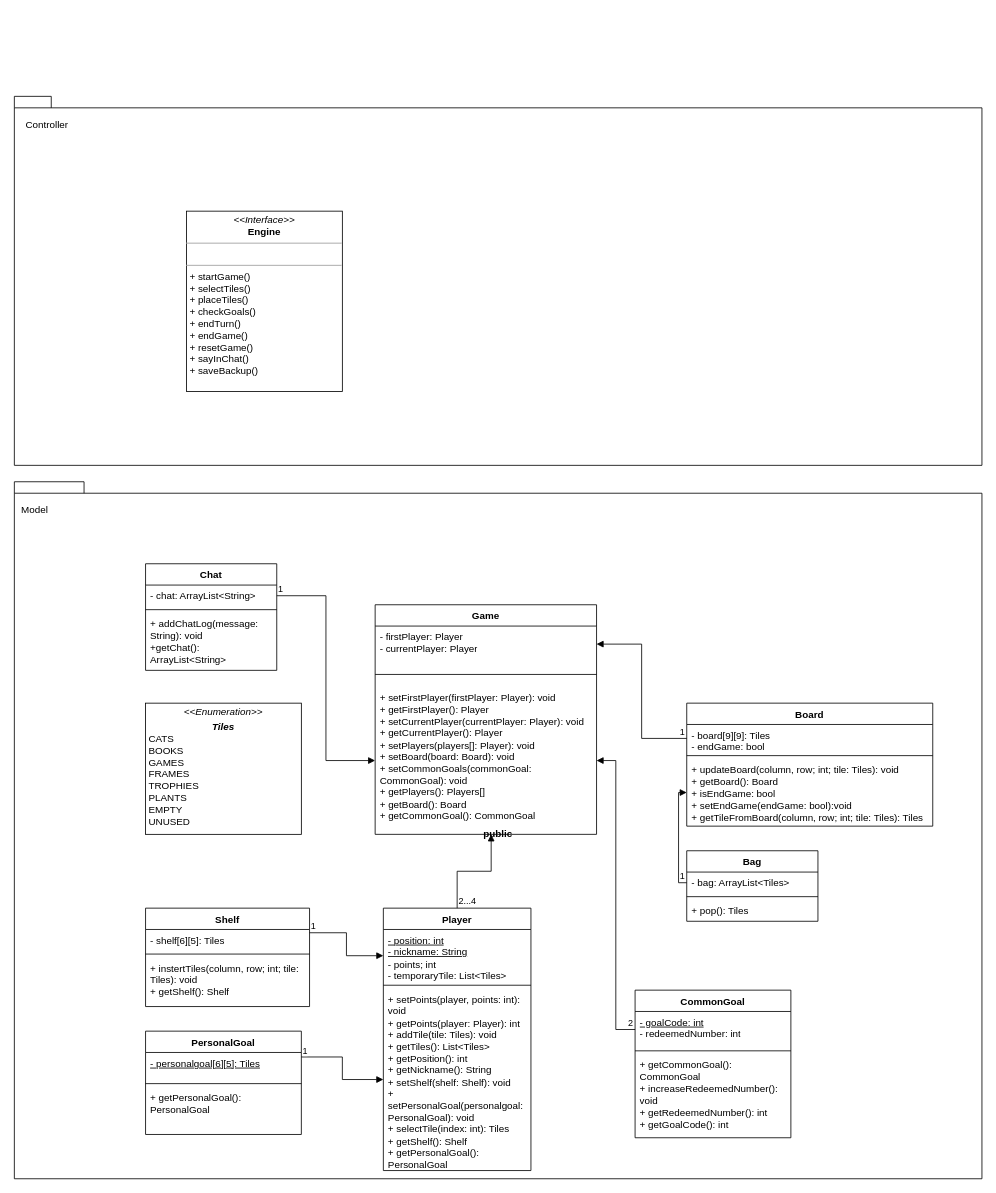
The draw.io diagram UMLs/InitialUML.drawio in Luisi-Parsani-Simoncini-Zanardi/ing-sw-2023-luisi-parsani-simoncini-zanardi, before the edit. Source tidied: cells renumbered, new cells numbered last; positions are measured from the earlier drawing's top-left corner, leaving out a move shared by most shapes. Both pictures are drawn from the tidied source at 82%, with x=0, y=0 at pixel (14, 96).
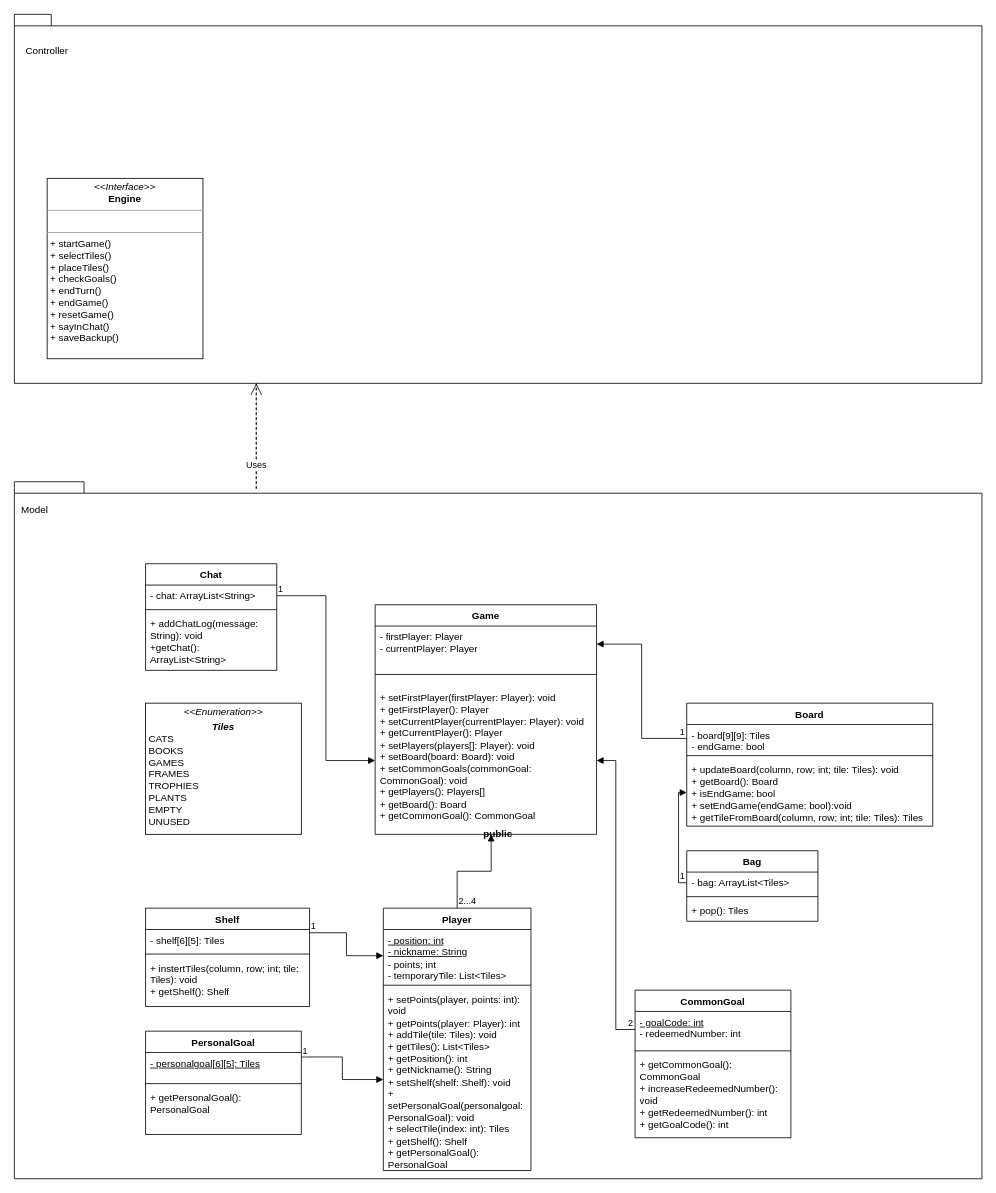
After the change.

Diff of the diagram source:
```diff
@@
     <mxCell id="52" style="shape=folder;fontStyle=1;spacingTop=10;tabWidth=40;tabHeight=14;tabPosition=left;html=1;whiteSpace=wrap;fillColor=none;" parent="1" vertex="1">
-      <mxGeometry width="1180" height="450" as="geometry" />
+      <mxGeometry y="-100" width="1180" height="450" as="geometry" />
     </mxCell>
     <mxCell id="53" value="Controller" style="text;html=1;strokeColor=none;fillColor=none;align=center;verticalAlign=middle;whiteSpace=wrap;rounded=0;" parent="1" vertex="1">
-      <mxGeometry x="10" y="20" width="60" height="30" as="geometry" />
+      <mxGeometry x="10" y="-70" width="60" height="30" as="geometry" />
     </mxCell>
     <mxCell id="54" value="&lt;p style=&quot;margin:0px;margin-top:4px;text-align:center;&quot;&gt;&lt;i&gt;&amp;lt;&amp;lt;Interface&amp;gt;&amp;gt;&lt;/i&gt;&lt;br&gt;&lt;b&gt;Engine&lt;/b&gt;&lt;/p&gt;&lt;hr size=&quot;1&quot;&gt;&lt;p style=&quot;margin:0px;margin-left:4px;&quot;&gt;&lt;br&gt;&lt;/p&gt;&lt;hr size=&quot;1&quot;&gt;&lt;p style=&quot;margin:0px;margin-left:4px;&quot;&gt;+ startGame()&lt;/p&gt;&lt;p style=&quot;margin:0px;margin-left:4px;&quot;&gt;+ selectTiles()&lt;/p&gt;&lt;p style=&quot;margin:0px;margin-left:4px;&quot;&gt;+ placeTiles()&lt;/p&gt;&lt;p style=&quot;margin:0px;margin-left:4px;&quot;&gt;+ checkGoals()&lt;/p&gt;&lt;p style=&quot;margin:0px;margin-left:4px;&quot;&gt;+ endTurn()&lt;/p&gt;&lt;p style=&quot;margin:0px;margin-left:4px;&quot;&gt;+ endGame()&lt;/p&gt;&lt;p style=&quot;margin:0px;margin-left:4px;&quot;&gt;+ resetGame()&lt;/p&gt;&lt;p style=&quot;margin:0px;margin-left:4px;&quot;&gt;+ sayInChat()&lt;/p&gt;&lt;p style=&quot;margin:0px;margin-left:4px;&quot;&gt;+ saveBackup()&lt;/p&gt;" style="verticalAlign=top;align=left;overflow=fill;fontSize=12;fontFamily=Helvetica;html=1;whiteSpace=wrap;fillColor=none;" parent="1" vertex="1">
-      <mxGeometry x="210" y="140" width="190" height="220" as="geometry" />
+      <mxGeometry x="40" y="100" width="190" height="220" as="geometry" />
     </mxCell>
+    <mxCell id="55" value="Uses" style="endArrow=open;endSize=12;dashed=1;html=1;rounded=0;exitX=0.25;exitY=1;exitDx=0;exitDy=0;exitPerimeter=0;" parent="1" edge="1" source="52">
+      <mxGeometry x="0.23" relative="1" as="geometry">
+        <mxPoint x="295" y="350" as="targetPoint" />
+        <Array as="points">
+          <mxPoint x="295" y="480" />
+        </Array>
+      </mxGeometry>
+    </mxCell>
```
